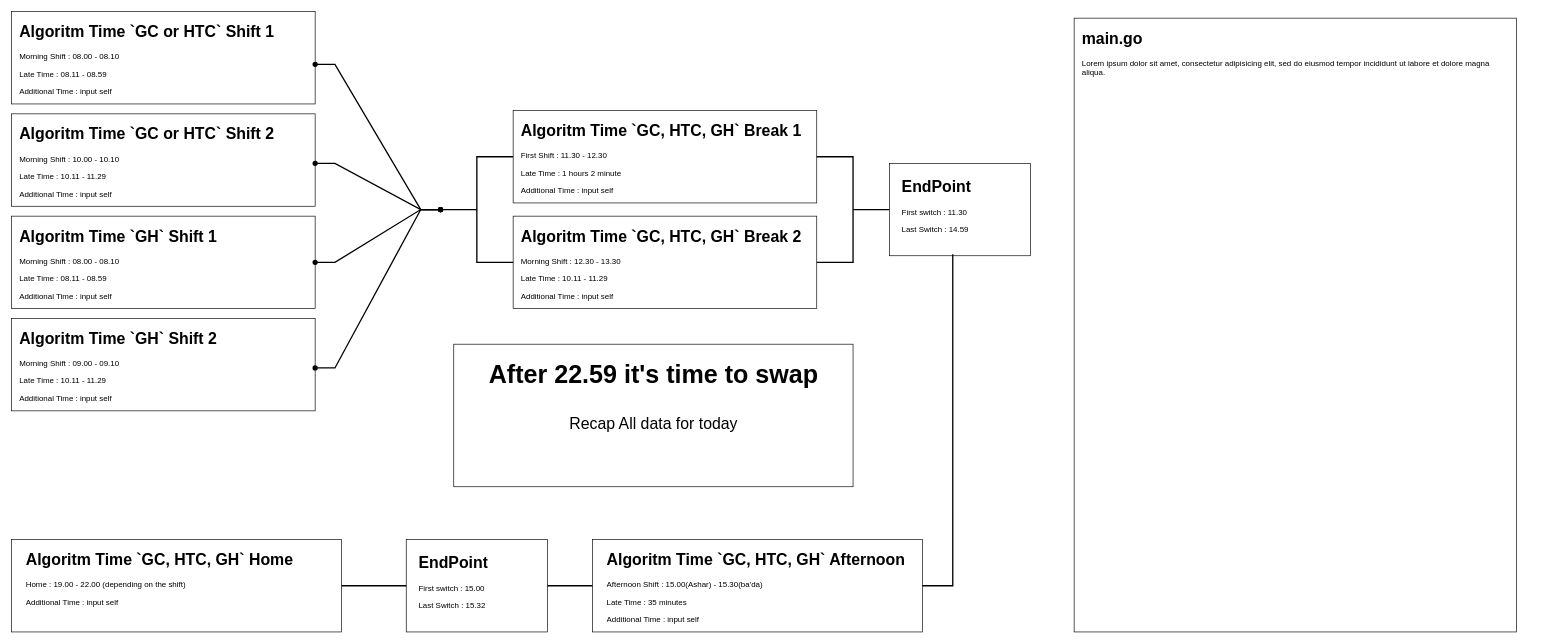
The draw.io diagram skenario-absen.drawio in ourobyte/drawio-stars, before the edit. Source tidied: cells renumbered, new cells numbered last; positions are measured from the earlier drawing's top-left corner, leaving out a move shared by most shapes. Both pictures are drawn from the tidied source at 66%, with x=0, y=0 at pixel (11, 11).
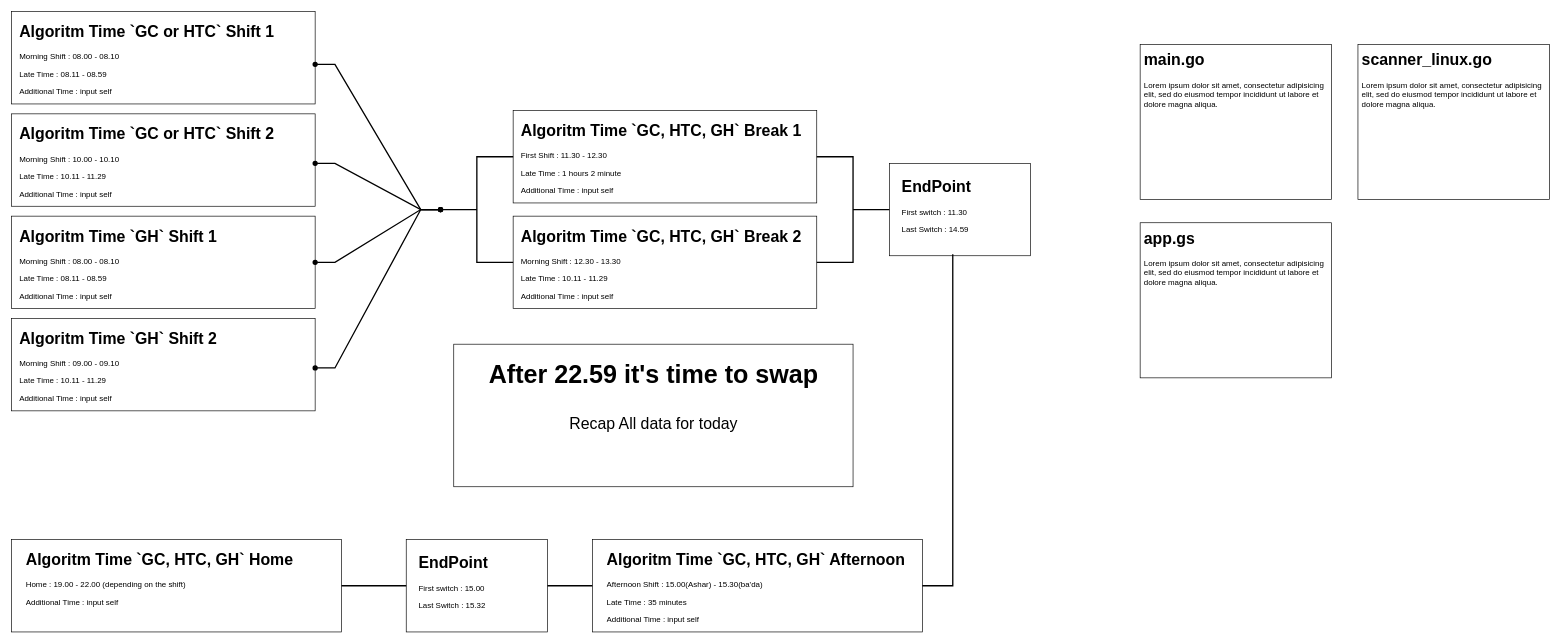
The same diagram, later.

Change to the diagram source:
```diff
@@
     <mxCell id="46" style="group;" parent="1" vertex="1">
-      <mxGeometry x="1610" y="10" width="670" height="930" as="geometry" />
+      <mxGeometry x="1710" y="50" width="290" height="235" as="geometry" />
     </mxCell>
     <mxCell id="47" style="rounded=0;whiteSpace=wrap;html=1;" parent="46" vertex="1">
-      <mxGeometry width="670" height="930" as="geometry" />
+      <mxGeometry width="290" height="235" as="geometry" />
     </mxCell>
     <mxCell id="48" value="&lt;h1 style=&quot;margin-top: 0px;&quot;&gt;main.go&lt;/h1&gt;&lt;p&gt;Lorem ipsum dolor sit amet, consectetur adipisicing elit, sed do eiusmod tempor incididunt ut labore et dolore magna aliqua.&lt;/p&gt;" style="text;html=1;whiteSpace=wrap;overflow=hidden;rounded=0;" parent="46" vertex="1">
-      <mxGeometry x="10" y="10" width="650" height="910" as="geometry" />
+      <mxGeometry x="4.3" y="2.5" width="281.3" height="229.9" as="geometry" />
     </mxCell>
+    <mxCell id="49" style="group;" parent="1" vertex="1">
+      <mxGeometry x="2040" y="50" width="290" height="235" as="geometry" />
+    </mxCell>
+    <mxCell id="50" style="rounded=0;whiteSpace=wrap;html=1;" parent="49" vertex="1">
+      <mxGeometry width="290" height="235" as="geometry" />
+    </mxCell>
+    <mxCell id="51" value="&lt;h1 style=&quot;margin-top: 0px;&quot;&gt;scanner_linux.go&lt;/h1&gt;&lt;p&gt;Lorem ipsum dolor sit amet, consectetur adipisicing elit, sed do eiusmod tempor incididunt ut labore et dolore magna aliqua.&lt;/p&gt;" style="text;html=1;whiteSpace=wrap;overflow=hidden;rounded=0;" parent="49" vertex="1">
+      <mxGeometry x="4.3" y="2.5" width="281.3" height="229.9" as="geometry" />
+    </mxCell>
+    <mxCell id="52" style="group;" parent="1" vertex="1">
+      <mxGeometry x="1710" y="320" width="290" height="235" as="geometry" />
+    </mxCell>
+    <mxCell id="53" style="rounded=0;whiteSpace=wrap;html=1;" parent="52" vertex="1">
+      <mxGeometry width="290" height="235" as="geometry" />
+    </mxCell>
+    <mxCell id="54" value="&lt;h1 style=&quot;margin-top: 0px;&quot;&gt;app.gs&lt;/h1&gt;&lt;p&gt;Lorem ipsum dolor sit amet, consectetur adipisicing elit, sed do eiusmod tempor incididunt ut labore et dolore magna aliqua.&lt;/p&gt;" style="text;html=1;whiteSpace=wrap;overflow=hidden;rounded=0;" parent="52" vertex="1">
+      <mxGeometry x="4.3" y="2.5" width="281.3" height="229.9" as="geometry" />
+    </mxCell>
```
